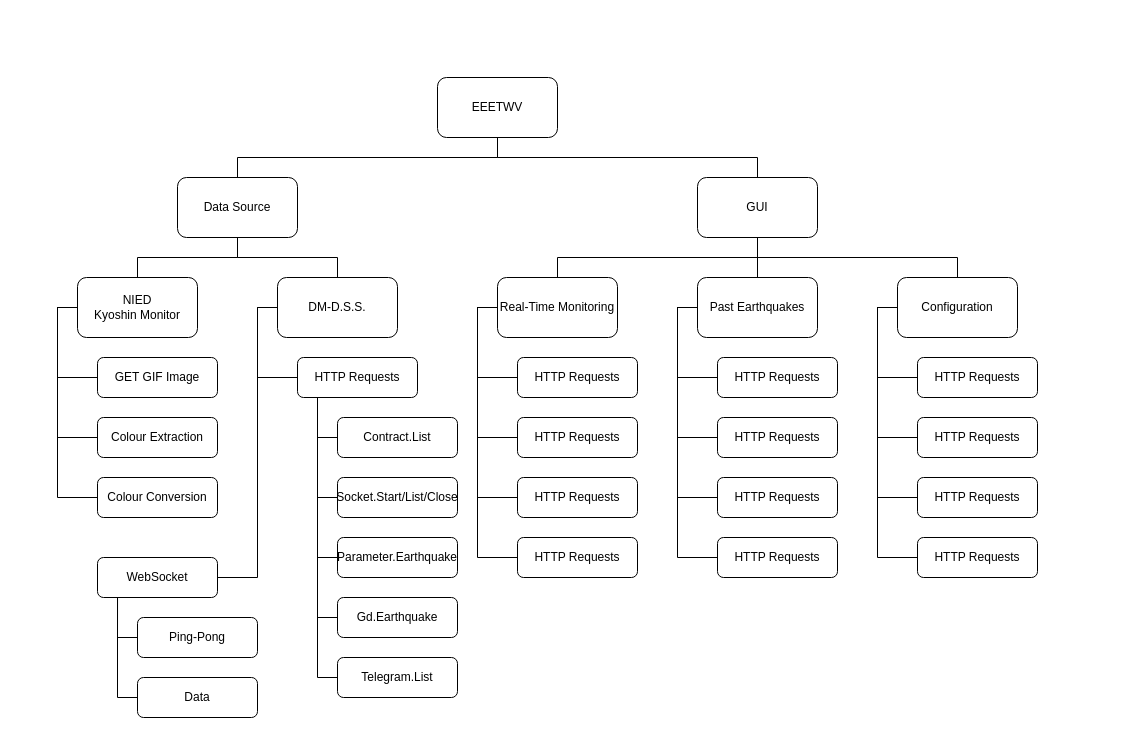
Above: img/hierarchy.drawio in EasonSYC/a-level-computing-coursework (draw.io), before the change. Source tidied: cells renumbered, new cells numbered last; positions are measured from the earlier drawing's top-left corner, leaving out a move shared by most shapes. Both pictures are drawn from the tidied source at 100%, with x=0, y=0 at pixel (77, 77).
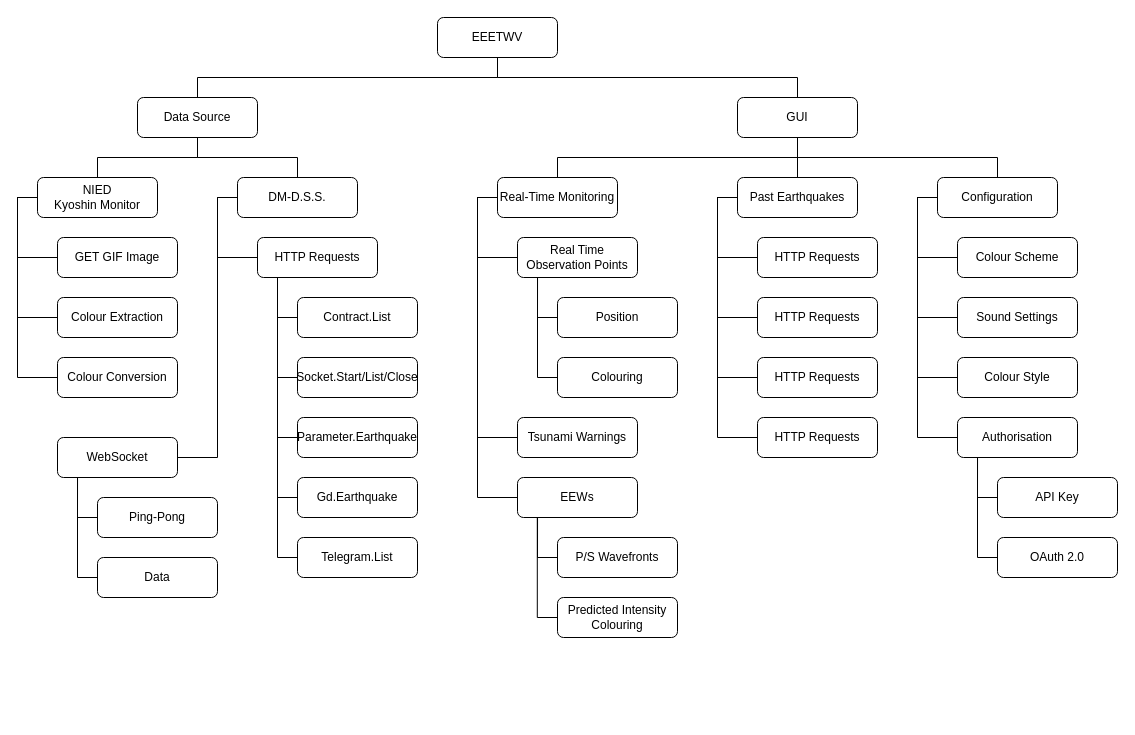
The same page after the edit.

Change to the diagram source:
```diff
@@
     <mxCell id="4" value="EEETWV" style="rounded=1;whiteSpace=wrap;html=1;fontFamily=STIX;" parent="1" vertex="1">
-      <mxGeometry x="360" width="120" height="60" as="geometry" />
+      <mxGeometry x="360" y="-60" width="120" height="40" as="geometry" />
     </mxCell>
@@
     <mxCell id="7" value="Data Source" style="rounded=1;whiteSpace=wrap;html=1;fontFamily=STIX;" parent="1" vertex="1">
-      <mxGeometry x="100" y="100" width="120" height="60" as="geometry" />
+      <mxGeometry x="60" y="20" width="120" height="40" as="geometry" />
     </mxCell>
@@
     <mxCell id="11" value="NIED&lt;div&gt;Kyoshin Monitor&lt;/div&gt;" style="rounded=1;whiteSpace=wrap;html=1;fontFamily=STIX;" parent="1" vertex="1">
-      <mxGeometry y="200" width="120" height="60" as="geometry" />
+      <mxGeometry x="-40" y="100" width="120" height="40" as="geometry" />
     </mxCell>
@@
     <mxCell id="13" value="DM-D.S.S." style="rounded=1;whiteSpace=wrap;html=1;fontFamily=STIX;" parent="1" vertex="1">
-      <mxGeometry x="200" y="200" width="120" height="60" as="geometry" />
+      <mxGeometry x="160" y="100" width="120" height="40" as="geometry" />
     </mxCell>
     <mxCell id="14" style="edgeStyle=orthogonalEdgeStyle;rounded=0;jettySize=auto;html=1;exitX=0.25;exitY=1;exitDx=0;exitDy=0;entryX=0;entryY=0.5;entryDx=0;entryDy=0;endArrow=none;endFill=0;" parent="1" edge="1" source="16" target="22">
       <mxGeometry relative="1" as="geometry">
         <Array as="points">
-          <mxPoint x="240" y="320" />
-          <mxPoint x="240" y="360" />
+          <mxPoint x="200" y="200" />
+          <mxPoint x="200" y="240" />
         </Array>
       </mxGeometry>
     </mxCell>
     <mxCell id="15" style="edgeStyle=orthogonalEdgeStyle;rounded=0;jettySize=auto;html=1;exitX=0.25;exitY=1;exitDx=0;exitDy=0;entryX=0;entryY=0.5;entryDx=0;entryDy=0;endArrow=none;endFill=0;" parent="1" edge="1" source="16" target="23">
       <mxGeometry relative="1" as="geometry">
         <Array as="points">
-          <mxPoint x="240" y="320" />
-          <mxPoint x="240" y="420" />
+          <mxPoint x="200" y="200" />
+          <mxPoint x="200" y="300" />
         </Array>
       </mxGeometry>
     </mxCell>
     <mxCell id="16" value="HTTP Requests" style="rounded=1;whiteSpace=wrap;html=1;fontFamily=STIX;" parent="1" vertex="1">
-      <mxGeometry x="220" y="280" width="120" height="40" as="geometry" />
+      <mxGeometry x="180" y="160" width="120" height="40" as="geometry" />
     </mxCell>
     <mxCell id="17" style="edgeStyle=orthogonalEdgeStyle;rounded=0;jettySize=auto;html=1;exitX=1;exitY=0.5;exitDx=0;exitDy=0;entryX=0;entryY=0.5;entryDx=0;entryDy=0;endArrow=none;endFill=0;" parent="1" edge="1" source="18" target="13">
       <mxGeometry relative="1" as="geometry">
         <Array as="points">
-          <mxPoint x="180" y="500" />
-          <mxPoint x="180" y="230" />
+          <mxPoint x="140" y="380" />
+          <mxPoint x="140" y="120" />
         </Array>
       </mxGeometry>
     </mxCell>
     <mxCell id="18" value="WebSocket" style="rounded=1;whiteSpace=wrap;html=1;fontFamily=STIX;" parent="1" vertex="1">
-      <mxGeometry x="20" y="480" width="120" height="40" as="geometry" />
+      <mxGeometry x="-20" y="360" width="120" height="40" as="geometry" />
     </mxCell>
     <mxCell id="19" value="GET GIF Image" style="rounded=1;whiteSpace=wrap;html=1;fontFamily=STIX;" parent="1" vertex="1">
-      <mxGeometry x="20" y="280" width="120" height="40" as="geometry" />
+      <mxGeometry x="-20" y="160" width="120" height="40" as="geometry" />
     </mxCell>
     <mxCell id="20" value="Colour Extraction" style="rounded=1;whiteSpace=wrap;html=1;fontFamily=STIX;" parent="1" vertex="1">
-      <mxGeometry x="20" y="340" width="120" height="40" as="geometry" />
+      <mxGeometry x="-20" y="220" width="120" height="40" as="geometry" />
     </mxCell>
     <mxCell id="21" value="&lt;font&gt;Colour Conversion&lt;/font&gt;" style="rounded=1;whiteSpace=wrap;html=1;fontFamily=STIX;" parent="1" vertex="1">
-      <mxGeometry x="20" y="400" width="120" height="40" as="geometry" />
+      <mxGeometry x="-20" y="280" width="120" height="40" as="geometry" />
     </mxCell>
     <mxCell id="22" value="Contract.List" style="rounded=1;whiteSpace=wrap;html=1;fontFamily=STIX;" parent="1" vertex="1">
-      <mxGeometry x="260" y="340" width="120" height="40" as="geometry" />
+      <mxGeometry x="220" y="220" width="120" height="40" as="geometry" />
     </mxCell>
     <mxCell id="23" value="Socket.Start/List/Close" style="rounded=1;whiteSpace=wrap;html=1;fontFamily=STIX;" parent="1" vertex="1">
-      <mxGeometry x="260" y="400" width="120" height="40" as="geometry" />
+      <mxGeometry x="220" y="280" width="120" height="40" as="geometry" />
     </mxCell>
     <mxCell id="24" style="edgeStyle=orthogonalEdgeStyle;rounded=0;jettySize=auto;html=1;exitX=0;exitY=0.5;exitDx=0;exitDy=0;endArrow=none;endFill=0;" parent="1" edge="1" source="25">
       <mxGeometry relative="1" as="geometry">
-        <mxPoint x="240" y="320" as="targetPoint" />
+        <mxPoint x="200" y="200" as="targetPoint" />
       </mxGeometry>
     </mxCell>
     <mxCell id="25" value="Parameter.Earthquake" style="rounded=1;whiteSpace=wrap;html=1;fontFamily=STIX;" parent="1" vertex="1">
-      <mxGeometry x="260" y="460" width="120" height="40" as="geometry" />
+      <mxGeometry x="220" y="340" width="120" height="40" as="geometry" />
     </mxCell>
     <mxCell id="26" style="edgeStyle=orthogonalEdgeStyle;rounded=0;jettySize=auto;html=1;exitX=0;exitY=0.5;exitDx=0;exitDy=0;endArrow=none;endFill=0;" parent="1" edge="1" source="27">
       <mxGeometry relative="1" as="geometry">
-        <mxPoint x="240" y="320" as="targetPoint" />
+        <mxPoint x="200" y="200" as="targetPoint" />
       </mxGeometry>
     </mxCell>
     <mxCell id="27" value="Gd.Earthquake" style="rounded=1;whiteSpace=wrap;html=1;fontFamily=STIX;" parent="1" vertex="1">
-      <mxGeometry x="260" y="520" width="120" height="40" as="geometry" />
+      <mxGeometry x="220" y="400" width="120" height="40" as="geometry" />
     </mxCell>
     <mxCell id="28" style="edgeStyle=orthogonalEdgeStyle;rounded=0;jettySize=auto;html=1;exitX=0;exitY=0.5;exitDx=0;exitDy=0;endArrow=none;endFill=0;" parent="1" edge="1" source="29">
       <mxGeometry relative="1" as="geometry">
-        <mxPoint x="240" y="320" as="targetPoint" />
+        <mxPoint x="200" y="200" as="targetPoint" />
       </mxGeometry>
     </mxCell>
     <mxCell id="29" value="Telegram.List" style="rounded=1;whiteSpace=wrap;html=1;fontFamily=STIX;" parent="1" vertex="1">
-      <mxGeometry x="260" y="580" width="120" height="40" as="geometry" />
+      <mxGeometry x="220" y="460" width="120" height="40" as="geometry" />
     </mxCell>
     <mxCell id="30" value="Ping-Pong" style="rounded=1;whiteSpace=wrap;html=1;fontFamily=STIX;" parent="1" vertex="1">
-      <mxGeometry x="60" y="540" width="120" height="40" as="geometry" />
+      <mxGeometry x="20" y="420" width="120" height="40" as="geometry" />
     </mxCell>
     <mxCell id="31" style="edgeStyle=orthogonalEdgeStyle;rounded=0;jettySize=auto;html=1;exitX=0;exitY=0.5;exitDx=0;exitDy=0;endArrow=none;endFill=0;" parent="1" edge="1" source="32">
       <mxGeometry relative="1" as="geometry">
-        <mxPoint x="40" y="520" as="targetPoint" />
+        <mxPoint y="400" as="targetPoint" />
       </mxGeometry>
     </mxCell>
     <mxCell id="32" value="Data" style="rounded=1;whiteSpace=wrap;html=1;fontFamily=STIX;" parent="1" vertex="1">
-      <mxGeometry x="60" y="600" width="120" height="40" as="geometry" />
+      <mxGeometry x="20" y="480" width="120" height="40" as="geometry" />
     </mxCell>
@@
     <mxCell id="37" value="GUI" style="rounded=1;whiteSpace=wrap;html=1;fontFamily=STIX;" parent="1" vertex="1">
-      <mxGeometry x="620" y="100" width="120" height="60" as="geometry" />
+      <mxGeometry x="660" y="20" width="120" height="40" as="geometry" />
     </mxCell>
@@
-    <mxCell id="41" style="edgeStyle=orthogonalEdgeStyle;rounded=0;jettySize=auto;html=1;exitX=0;exitY=0.5;exitDx=0;exitDy=0;entryX=0;entryY=0.5;entryDx=0;entryDy=0;endArrow=none;endFill=0;" parent="1" edge="1" source="42" target="51">
-      <mxGeometry relative="1" as="geometry" />
-    </mxCell>
     <mxCell id="42" value="Real-Time Monitoring" style="rounded=1;whiteSpace=wrap;html=1;fontFamily=STIX;" parent="1" vertex="1">
-      <mxGeometry x="420" y="200" width="120" height="60" as="geometry" />
+      <mxGeometry x="420" y="100" width="120" height="40" as="geometry" />
     </mxCell>
@@
     <mxCell id="47" value="Past Earthquakes" style="rounded=1;whiteSpace=wrap;html=1;fontFamily=STIX;" parent="1" vertex="1">
-      <mxGeometry x="620" y="200" width="120" height="60" as="geometry" />
+      <mxGeometry x="660" y="100" width="120" height="40" as="geometry" />
     </mxCell>
-    <mxCell id="48" value="HTTP Requests" style="rounded=1;whiteSpace=wrap;html=1;fontFamily=STIX;" parent="1" vertex="1">
-      <mxGeometry x="440" y="280" width="120" height="40" as="geometry" />
+    <mxCell id="48" value="EEWs" style="rounded=1;whiteSpace=wrap;html=1;fontFamily=STIX;" parent="1" vertex="1">
+      <mxGeometry x="440" y="400" width="120" height="40" as="geometry" />
     </mxCell>
-    <mxCell id="49" value="HTTP Requests" style="rounded=1;whiteSpace=wrap;html=1;fontFamily=STIX;" parent="1" vertex="1">
+    <mxCell id="49" value="Tsunami Warnings" style="rounded=1;whiteSpace=wrap;html=1;fontFamily=STIX;" parent="1" vertex="1">
       <mxGeometry x="440" y="340" width="120" height="40" as="geometry" />
     </mxCell>
-    <mxCell id="50" value="HTTP Requests" style="rounded=1;whiteSpace=wrap;html=1;fontFamily=STIX;" parent="1" vertex="1">
-      <mxGeometry x="440" y="400" width="120" height="40" as="geometry" />
+    <mxCell id="50" value="Real Time&lt;div&gt;Observation Points&lt;/div&gt;" style="rounded=1;whiteSpace=wrap;html=1;fontFamily=STIX;" parent="1" vertex="1">
+      <mxGeometry x="440" y="160" width="120" height="40" as="geometry" />
     </mxCell>
-    <mxCell id="51" value="HTTP Requests" style="rounded=1;whiteSpace=wrap;html=1;fontFamily=STIX;" parent="1" vertex="1">
-      <mxGeometry x="440" y="460" width="120" height="40" as="geometry" />
-    </mxCell>
     <mxCell id="52" value="HTTP Requests" style="rounded=1;whiteSpace=wrap;html=1;fontFamily=STIX;" parent="1" vertex="1">
-      <mxGeometry x="640" y="280" width="120" height="40" as="geometry" />
+      <mxGeometry x="680" y="160" width="120" height="40" as="geometry" />
     </mxCell>
     <mxCell id="53" value="HTTP Requests" style="rounded=1;whiteSpace=wrap;html=1;fontFamily=STIX;" parent="1" vertex="1">
-      <mxGeometry x="640" y="340" width="120" height="40" as="geometry" />
+      <mxGeometry x="680" y="220" width="120" height="40" as="geometry" />
     </mxCell>
     <mxCell id="54" value="HTTP Requests" style="rounded=1;whiteSpace=wrap;html=1;fontFamily=STIX;" parent="1" vertex="1">
-      <mxGeometry x="640" y="400" width="120" height="40" as="geometry" />
+      <mxGeometry x="680" y="280" width="120" height="40" as="geometry" />
     </mxCell>
     <mxCell id="55" value="HTTP Requests" style="rounded=1;whiteSpace=wrap;html=1;fontFamily=STIX;" parent="1" vertex="1">
-      <mxGeometry x="640" y="460" width="120" height="40" as="geometry" />
+      <mxGeometry x="680" y="340" width="120" height="40" as="geometry" />
     </mxCell>
@@
     <mxCell id="60" value="Configuration" style="rounded=1;whiteSpace=wrap;html=1;fontFamily=STIX;" parent="1" vertex="1">
-      <mxGeometry x="820" y="200" width="120" height="60" as="geometry" />
+      <mxGeometry x="860" y="100" width="120" height="40" as="geometry" />
     </mxCell>
-    <mxCell id="61" value="HTTP Requests" style="rounded=1;whiteSpace=wrap;html=1;fontFamily=STIX;" parent="1" vertex="1">
-      <mxGeometry x="840" y="280" width="120" height="40" as="geometry" />
+    <mxCell id="61" value="Colour Scheme" style="rounded=1;whiteSpace=wrap;html=1;fontFamily=STIX;" parent="1" vertex="1">
+      <mxGeometry x="880" y="160" width="120" height="40" as="geometry" />
     </mxCell>
-    <mxCell id="62" value="HTTP Requests" style="rounded=1;whiteSpace=wrap;html=1;fontFamily=STIX;" parent="1" vertex="1">
-      <mxGeometry x="840" y="340" width="120" height="40" as="geometry" />
+    <mxCell id="62" value="Sound Settings" style="rounded=1;whiteSpace=wrap;html=1;fontFamily=STIX;" parent="1" vertex="1">
+      <mxGeometry x="880" y="220" width="120" height="40" as="geometry" />
     </mxCell>
-    <mxCell id="63" value="HTTP Requests" style="rounded=1;whiteSpace=wrap;html=1;fontFamily=STIX;" parent="1" vertex="1">
-      <mxGeometry x="840" y="400" width="120" height="40" as="geometry" />
+    <mxCell id="63" value="Colour Style" style="rounded=1;whiteSpace=wrap;html=1;fontFamily=STIX;" parent="1" vertex="1">
+      <mxGeometry x="880" y="280" width="120" height="40" as="geometry" />
     </mxCell>
-    <mxCell id="64" value="HTTP Requests" style="rounded=1;whiteSpace=wrap;html=1;fontFamily=STIX;" parent="1" vertex="1">
-      <mxGeometry x="840" y="460" width="120" height="40" as="geometry" />
+    <mxCell id="64" value="Authorisation" style="rounded=1;whiteSpace=wrap;html=1;fontFamily=STIX;" parent="1" vertex="1">
+      <mxGeometry x="880" y="340" width="120" height="40" as="geometry" />
     </mxCell>
+    <mxCell id="65" value="Position" style="rounded=1;whiteSpace=wrap;html=1;fontFamily=STIX;" parent="1" vertex="1">
+      <mxGeometry x="480" y="220" width="120" height="40" as="geometry" />
+    </mxCell>
+    <mxCell id="66" style="edgeStyle=orthogonalEdgeStyle;rounded=0;jettySize=auto;html=1;exitX=0;exitY=0.5;exitDx=0;exitDy=0;endArrow=none;endFill=0;" parent="1" edge="1" source="67">
+      <mxGeometry relative="1" as="geometry">
+        <mxPoint x="460" y="200" as="targetPoint" />
+      </mxGeometry>
+    </mxCell>
+    <mxCell id="67" value="Colouring" style="rounded=1;whiteSpace=wrap;html=1;fontFamily=STIX;" parent="1" vertex="1">
+      <mxGeometry x="480" y="280" width="120" height="40" as="geometry" />
+    </mxCell>
+    <mxCell id="68" style="edgeStyle=orthogonalEdgeStyle;rounded=0;jettySize=auto;html=1;exitX=0;exitY=0.5;exitDx=0;exitDy=0;entryX=0.167;entryY=1;entryDx=0;entryDy=0;entryPerimeter=0;endArrow=none;endFill=0;" parent="1" edge="1" source="65" target="50">
+      <mxGeometry relative="1" as="geometry" />
+    </mxCell>
+    <mxCell id="69" value="P/S Wavefronts" style="rounded=1;whiteSpace=wrap;html=1;fontFamily=STIX;" parent="1" vertex="1">
+      <mxGeometry x="480" y="460" width="120" height="40" as="geometry" />
+    </mxCell>
+    <mxCell id="70" value="Predicted Intensity Colouring" style="rounded=1;whiteSpace=wrap;html=1;fontFamily=STIX;" parent="1" vertex="1">
+      <mxGeometry x="480" y="520" width="120" height="40" as="geometry" />
+    </mxCell>
+    <mxCell id="71" style="edgeStyle=orthogonalEdgeStyle;rounded=0;jettySize=auto;html=1;exitX=0;exitY=0.5;exitDx=0;exitDy=0;entryX=0.167;entryY=1;entryDx=0;entryDy=0;entryPerimeter=0;endArrow=none;endFill=0;" parent="1" edge="1" source="69" target="48">
+      <mxGeometry relative="1" as="geometry" />
+    </mxCell>
+    <mxCell id="72" style="edgeStyle=orthogonalEdgeStyle;rounded=0;jettySize=auto;html=1;exitX=0;exitY=0.5;exitDx=0;exitDy=0;entryX=0.165;entryY=0.993;entryDx=0;entryDy=0;entryPerimeter=0;endArrow=none;endFill=0;" parent="1" edge="1" source="70" target="48">
+      <mxGeometry relative="1" as="geometry" />
+    </mxCell>
+    <mxCell id="73" value="API Key" style="rounded=1;whiteSpace=wrap;html=1;fontFamily=STIX;" parent="1" vertex="1">
+      <mxGeometry x="920" y="400" width="120" height="40" as="geometry" />
+    </mxCell>
+    <mxCell id="74" style="edgeStyle=orthogonalEdgeStyle;rounded=0;jettySize=auto;html=1;exitX=0;exitY=0.5;exitDx=0;exitDy=0;endArrow=none;endFill=0;" parent="1" edge="1" source="75">
+      <mxGeometry relative="1" as="geometry">
+        <mxPoint x="900" y="380" as="targetPoint" />
+      </mxGeometry>
+    </mxCell>
+    <mxCell id="75" value="OAuth 2.0" style="rounded=1;whiteSpace=wrap;html=1;fontFamily=STIX;" parent="1" vertex="1">
+      <mxGeometry x="920" y="460" width="120" height="40" as="geometry" />
+    </mxCell>
+    <mxCell id="76" style="edgeStyle=orthogonalEdgeStyle;rounded=0;jettySize=auto;html=1;exitX=0;exitY=0.5;exitDx=0;exitDy=0;entryX=0.167;entryY=1;entryDx=0;entryDy=0;entryPerimeter=0;endArrow=none;endFill=0;" parent="1" edge="1" source="73" target="64">
+      <mxGeometry relative="1" as="geometry" />
+    </mxCell>
```
